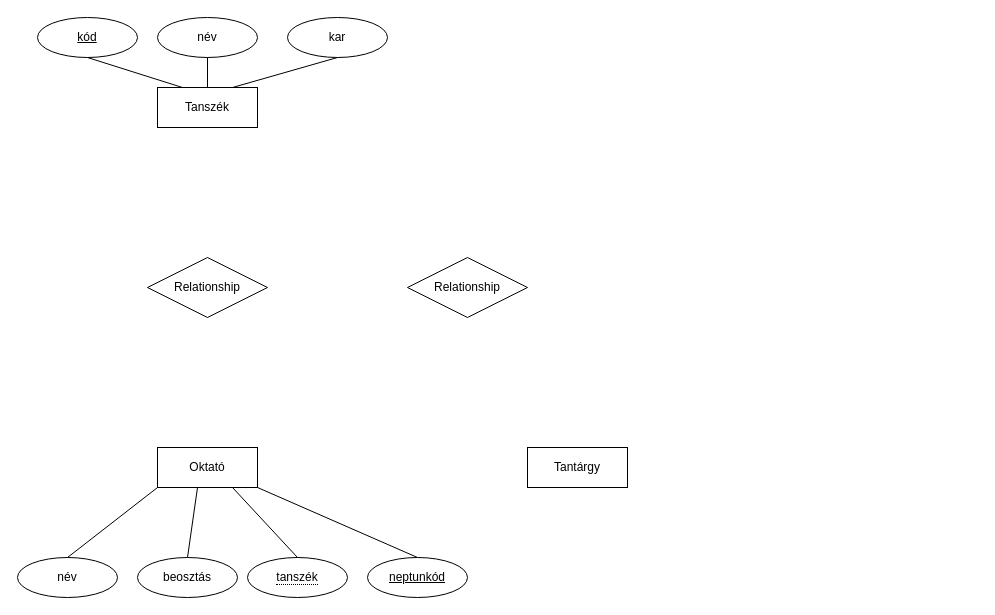
Above: HEPMIU_1004/hepmiu_4.1.drawio in urbanoliver/HEPMIU_DB1Gyak (draw.io), before the change. Source tidied: cells renumbered, new cells numbered last; positions are measured from the earlier drawing's top-left corner, leaving out a move shared by most shapes. Both pictures are drawn from the tidied source at 100%, with x=0, y=0 at pixel (17, 17).
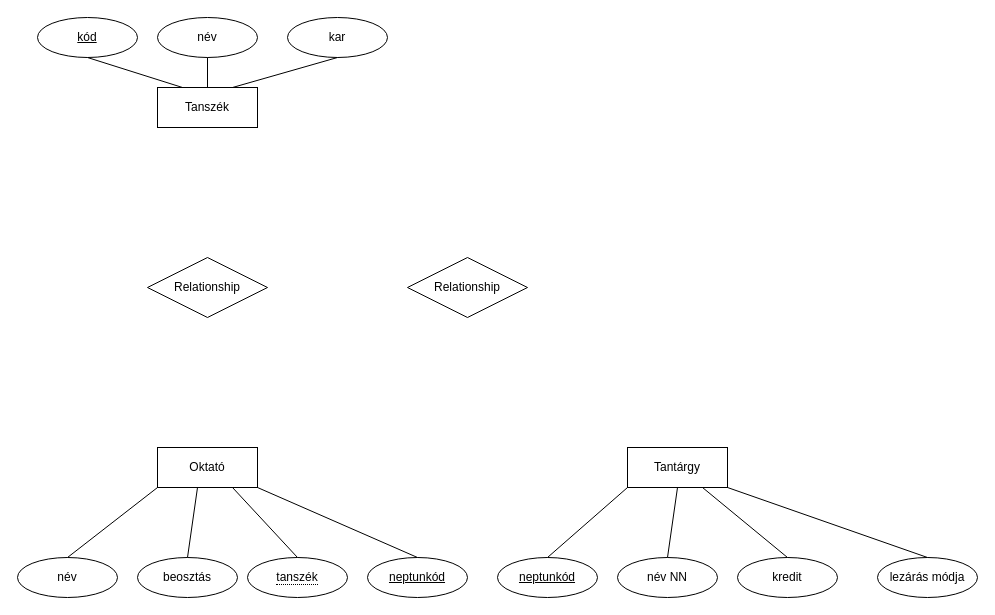
After the change.

Diff of the diagram source:
```diff
@@
     <mxCell id="3" value="Tantárgy" style="whiteSpace=wrap;html=1;align=center;" parent="1" vertex="1">
-      <mxGeometry x="510" y="430" width="100" height="40" as="geometry" />
+      <mxGeometry x="610" y="430" width="100" height="40" as="geometry" />
     </mxCell>
@@
+    <mxCell id="21" value="neptunkód" style="ellipse;whiteSpace=wrap;html=1;align=center;fontStyle=4;" parent="1" vertex="1">
+      <mxGeometry x="480" y="540" width="100" height="40" as="geometry" />
+    </mxCell>
+    <mxCell id="22" value="név NN" style="ellipse;whiteSpace=wrap;html=1;align=center;" parent="1" vertex="1">
+      <mxGeometry x="600" y="540" width="100" height="40" as="geometry" />
+    </mxCell>
+    <mxCell id="23" value="kredit" style="ellipse;whiteSpace=wrap;html=1;align=center;" parent="1" vertex="1">
+      <mxGeometry x="720" y="540" width="100" height="40" as="geometry" />
+    </mxCell>
+    <mxCell id="24" value="lezárás módja" style="ellipse;whiteSpace=wrap;html=1;align=center;" parent="1" vertex="1">
+      <mxGeometry x="860" y="540" width="100" height="40" as="geometry" />
+    </mxCell>
+    <mxCell id="25" style="endArrow=none;html=1;rounded=0;entryX=0.5;entryY=0;entryDx=0;entryDy=0;exitX=0;exitY=1;exitDx=0;exitDy=0;" parent="1" edge="1" source="3" target="21">
+      <mxGeometry relative="1" as="geometry" />
+    </mxCell>
+    <mxCell id="26" style="endArrow=none;html=1;rounded=0;entryX=0.5;entryY=0;entryDx=0;entryDy=0;exitX=0.5;exitY=1;exitDx=0;exitDy=0;" parent="1" edge="1" source="3" target="22">
+      <mxGeometry relative="1" as="geometry" />
+    </mxCell>
+    <mxCell id="27" style="endArrow=none;html=1;rounded=0;entryX=0.5;entryY=0;entryDx=0;entryDy=0;exitX=0.75;exitY=1;exitDx=0;exitDy=0;" parent="1" edge="1" source="3" target="23">
+      <mxGeometry relative="1" as="geometry" />
+    </mxCell>
+    <mxCell id="28" style="endArrow=none;html=1;rounded=0;entryX=0.5;entryY=0;entryDx=0;entryDy=0;exitX=1;exitY=1;exitDx=0;exitDy=0;" parent="1" edge="1" source="3" target="24">
+      <mxGeometry relative="1" as="geometry" />
+    </mxCell>
```
